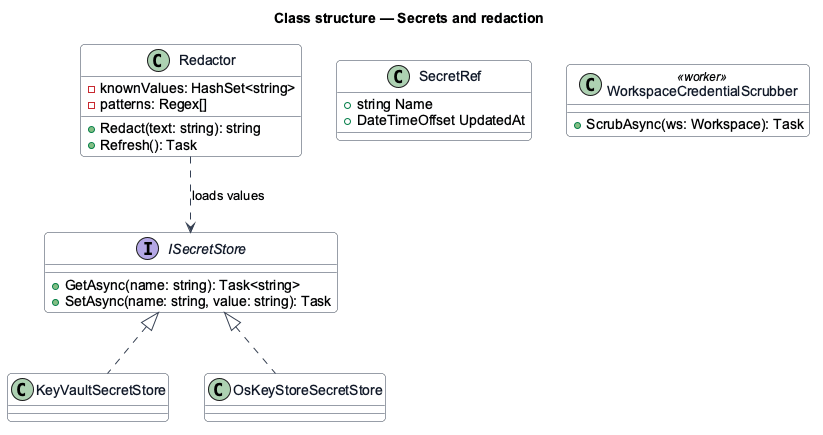
The PlantUML diagram docs/detailed-designs/security/secrets-and-redaction/diagrams/class-structure.png in QuinntyneBrown/hewn, before a commit. The source it was exported from:
```plantuml
@startuml
skinparam backgroundColor #FFFFFF
skinparam shadowing false
skinparam roundcorner 8
skinparam defaultFontName Arial
skinparam ArrowColor #344054
skinparam class {
  BorderColor #344054
  FontColor #101828
  BackgroundColor #F9FAFB
}
title Class structure — Secrets and redaction

interface ISecretStore {
  +GetAsync(name: string): Task<string>
  +SetAsync(name: string, value: string): Task
}
class KeyVaultSecretStore
class OsKeyStoreSecretStore
class SecretRef {
  +string Name
  +DateTimeOffset UpdatedAt
}
class Redactor {
  -knownValues: HashSet<string>
  -patterns: Regex[]
  +Redact(text: string): string
  +Refresh(): Task
}
class WorkspaceCredentialScrubber <<worker>> {
  +ScrubAsync(ws: Workspace): Task
}
ISecretStore <|.. KeyVaultSecretStore
ISecretStore <|.. OsKeyStoreSecretStore
Redactor ..> ISecretStore : loads values
@enduml
```
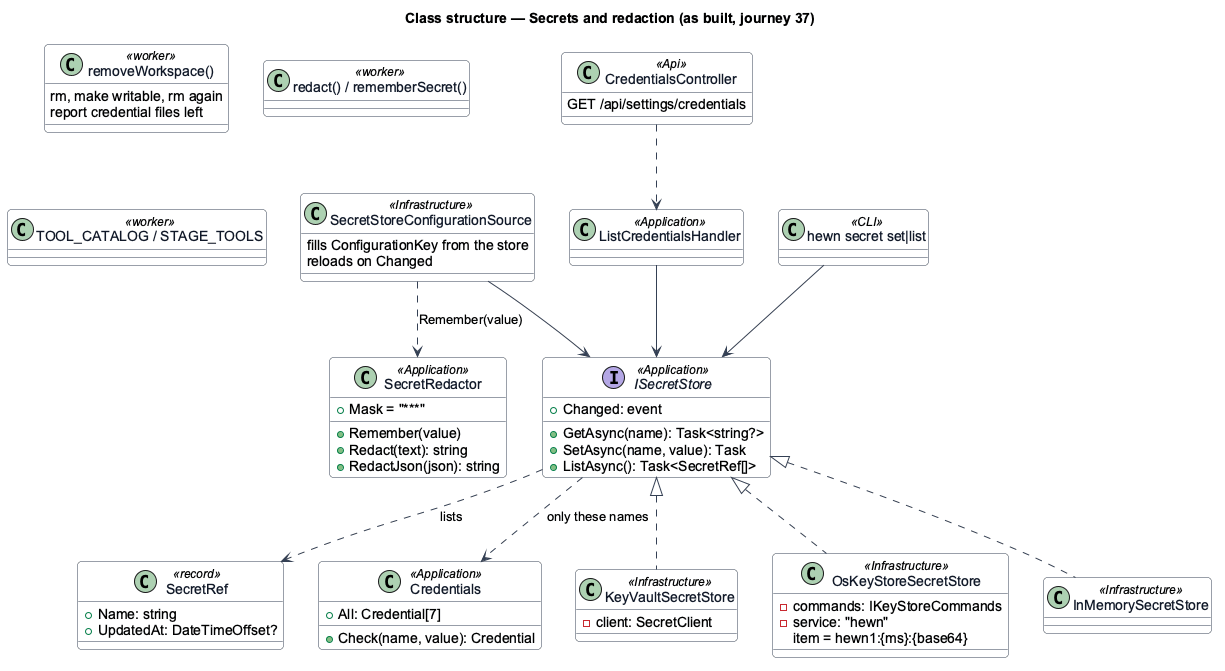
Later version of the same file.

The edit, as a diff of the source:
```diff
@@ -9,28 +9,61 @@
   FontColor #101828
   BackgroundColor #F9FAFB
 }
-title Class structure — Secrets and redaction
+title Class structure — Secrets and redaction (as built, journey 37)
 
-interface ISecretStore {
-  +GetAsync(name: string): Task<string>
-  +SetAsync(name: string, value: string): Task
+interface ISecretStore <<Application>> {
+  +Changed: event
+  +GetAsync(name): Task<string?>
+  +SetAsync(name, value): Task
+  +ListAsync(): Task<SecretRef[]>
 }
-class KeyVaultSecretStore
-class OsKeyStoreSecretStore
-class SecretRef {
-  +string Name
-  +DateTimeOffset UpdatedAt
+class SecretRef <<record>> {
+  +Name: string
+  +UpdatedAt: DateTimeOffset?
 }
-class Redactor {
-  -knownValues: HashSet<string>
-  -patterns: Regex[]
-  +Redact(text: string): string
-  +Refresh(): Task
+class Credentials <<Application>> {
+  +All: Credential[7]
+  +Check(name, value): Credential
 }
-class WorkspaceCredentialScrubber <<worker>> {
-  +ScrubAsync(ws: Workspace): Task
+class KeyVaultSecretStore <<Infrastructure>> {
+  -client: SecretClient
 }
+class OsKeyStoreSecretStore <<Infrastructure>> {
+  -commands: IKeyStoreCommands
+  -service: "hewn"
+  item = hewn1:{ms}:{base64}
+}
+class InMemorySecretStore <<Infrastructure>>
+class SecretStoreConfigurationSource <<Infrastructure>> {
+  fills ConfigurationKey from the store
+  reloads on Changed
+}
+class SecretRedactor <<Application>> {
+  +Mask = "***"
+  +Remember(value)
+  +Redact(text): string
+  +RedactJson(json): string
+}
+class ListCredentialsHandler <<Application>>
+class CredentialsController <<Api>> {
+  GET /api/settings/credentials
+}
+class "hewn secret set|list" as Cli <<CLI>>
+class "removeWorkspace()" as Remove <<worker>> {
+  rm, make writable, rm again
+  report credential files left
+}
+class "redact() / rememberSecret()" as WorkerRedact <<worker>>
+class "TOOL_CATALOG / STAGE_TOOLS" as Catalog <<worker>>
+
 ISecretStore <|.. KeyVaultSecretStore
 ISecretStore <|.. OsKeyStoreSecretStore
-Redactor ..> ISecretStore : loads values
+ISecretStore <|.. InMemorySecretStore
+ISecretStore ..> SecretRef : lists
+ISecretStore ..> Credentials : only these names
+SecretStoreConfigurationSource --> ISecretStore
+SecretStoreConfigurationSource ..> SecretRedactor : Remember(value)
+ListCredentialsHandler --> ISecretStore
+CredentialsController ..> ListCredentialsHandler
+Cli --> ISecretStore
 @enduml
```
